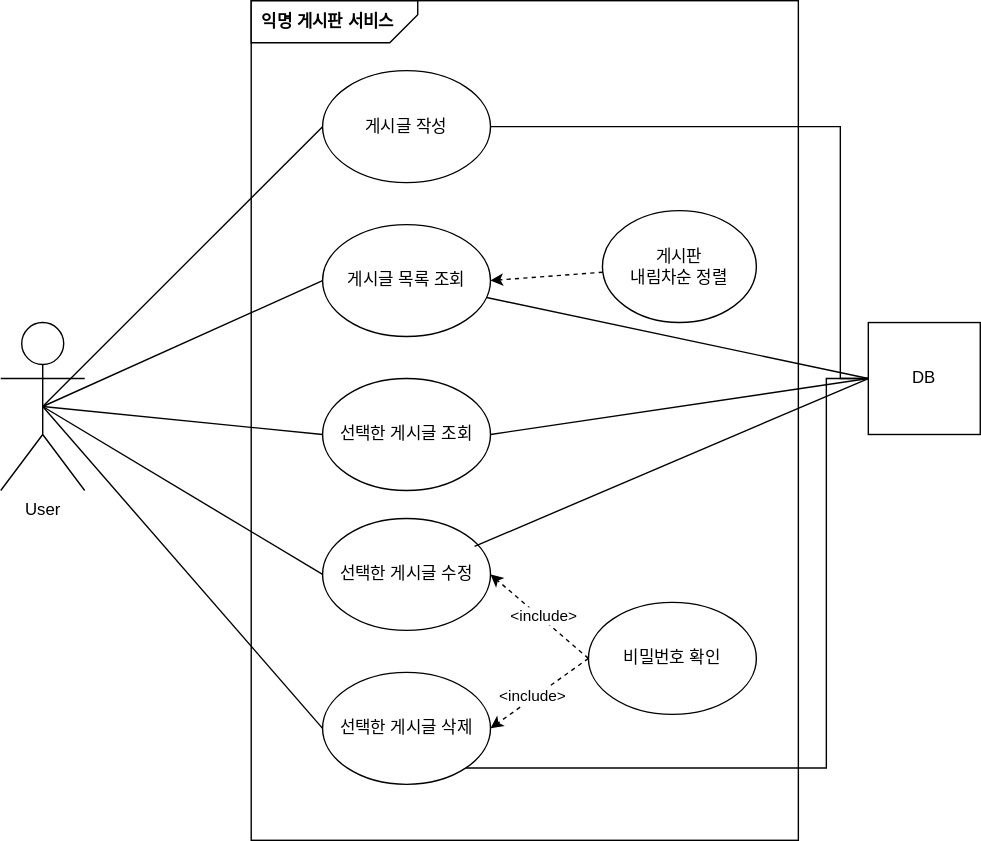
The draw.io diagram Use-case-diagram.svg in seaStamp/spring-anonymous-board, before a commit. Source tidied: cells renumbered, new cells last; positions are measured from the earlier drawing's top-left corner, leaving out a move shared by most shapes.
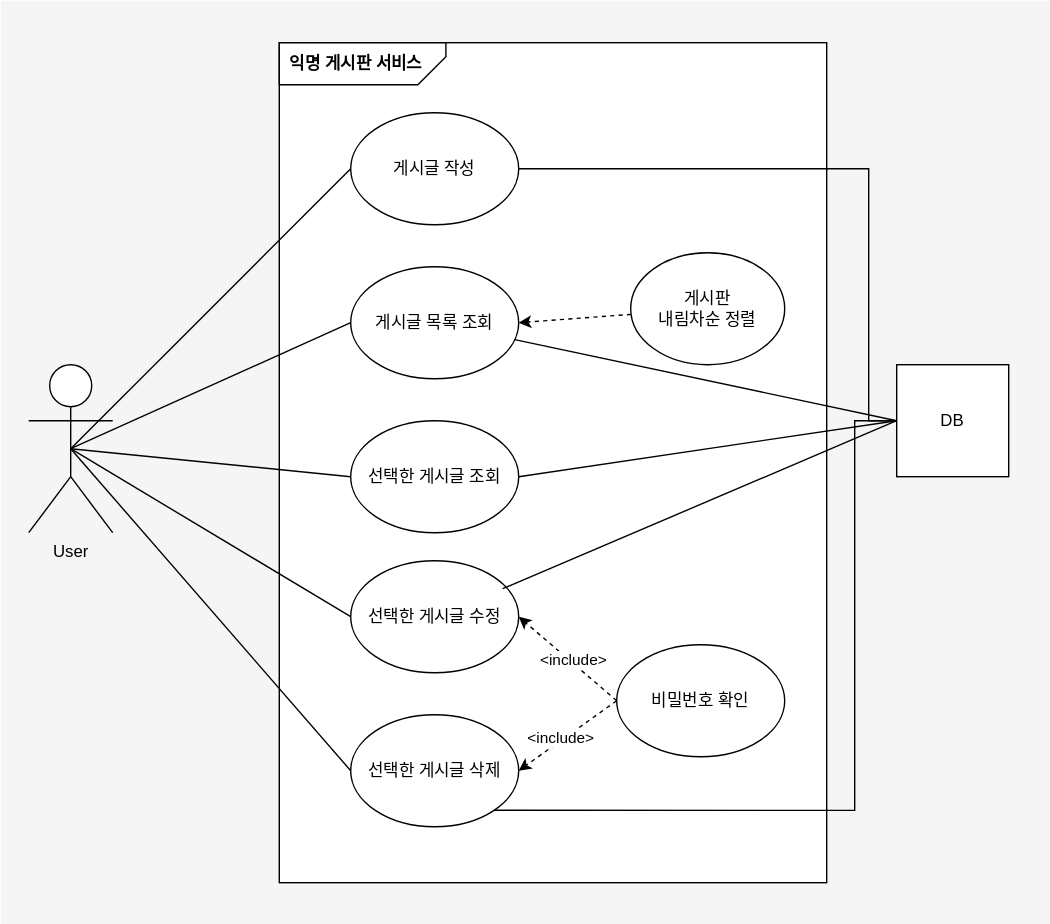
After the commit.

Change to the diagram source:
```diff
@@ -2,6 +2,9 @@
   <root>
     <mxCell id="0" />
     <mxCell id="1" parent="0" />
+    <mxCell id="29" style="rounded=0;whiteSpace=wrap;html=1;fillColor=#f5f5f5;strokeColor=none;fontColor=#333333;" parent="1" vertex="1">
+      <mxGeometry x="-20" y="-30" width="750" height="660" as="geometry" />
+    </mxCell>
     <mxCell id="2" style="rounded=0;whiteSpace=wrap;html=1;" parent="1" vertex="1">
       <mxGeometry x="179" width="391" height="600" as="geometry" />
     </mxCell>
```
